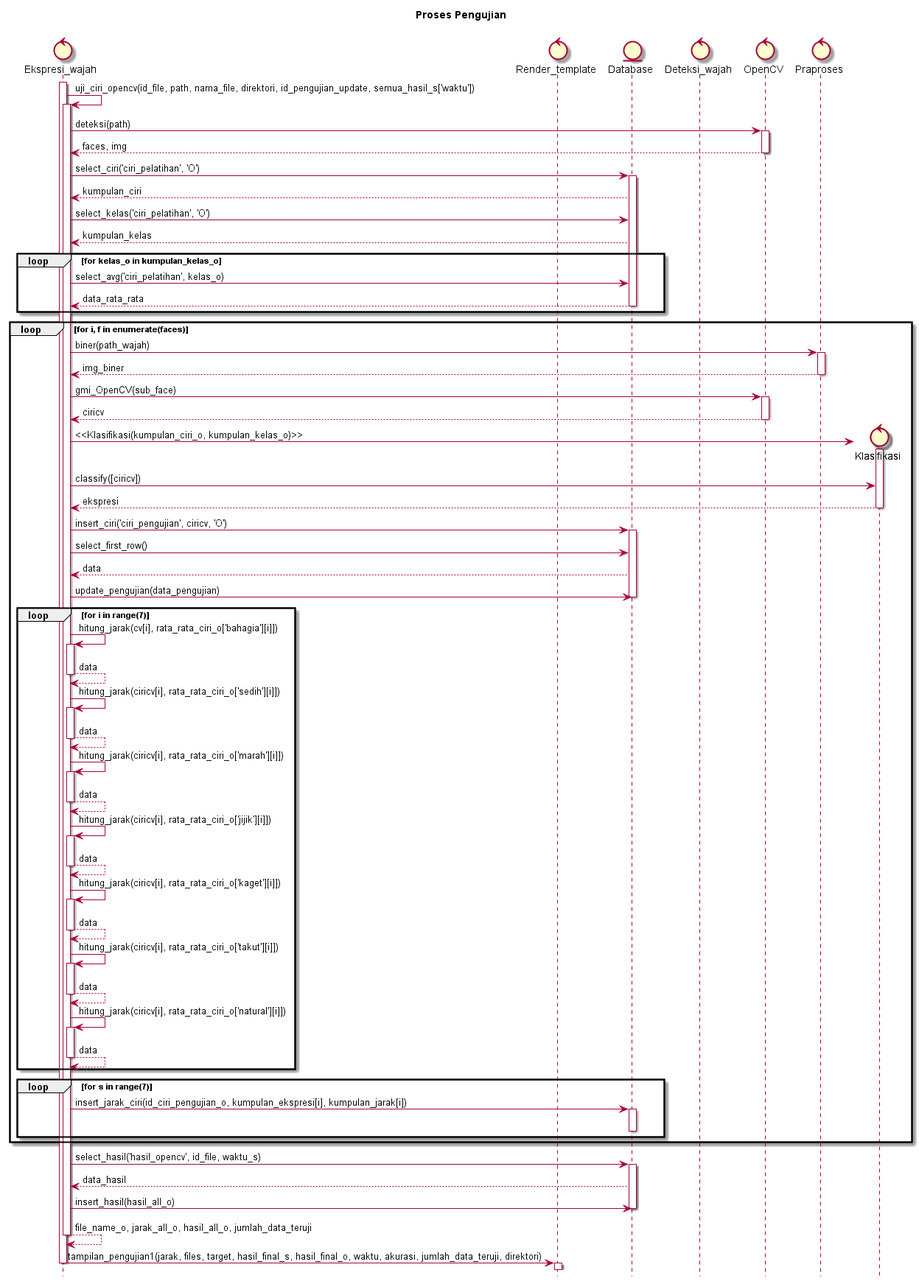
This is diagram/SD_pengujian2 V2.png from ayulestari10/gmisvm, a PlantUML export, as it was before one commit.
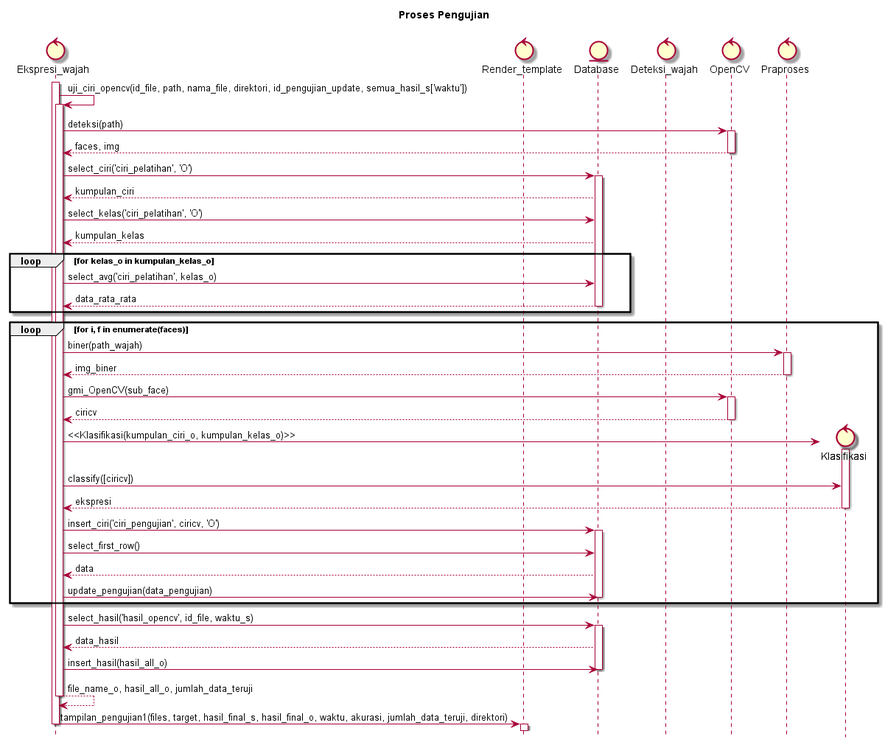
After the commit.

What changed in the source:
```diff
@@ -58,45 +58,6 @@
 		Database --> Ekspresi_wajah : data
 		Ekspresi_wajah -> Database : update_pengujian(data_pengujian)
 		deactivate Database
-
-
-		loop for i in range(7)
-			Ekspresi_wajah -> Ekspresi_wajah : hitung_jarak(cv[i], rata_rata_ciri_o['bahagia'][i]])
-			activate Ekspresi_wajah
-			Ekspresi_wajah --> Ekspresi_wajah : data
-			deactivate Ekspresi_wajah
-			Ekspresi_wajah -> Ekspresi_wajah : hitung_jarak(ciricv[i], rata_rata_ciri_o['sedih'][i]])
-			activate Ekspresi_wajah
-			Ekspresi_wajah --> Ekspresi_wajah : data
-			deactivate Ekspresi_wajah
-			Ekspresi_wajah -> Ekspresi_wajah : hitung_jarak(ciricv[i], rata_rata_ciri_o['marah'][i]])
-			activate Ekspresi_wajah
-			Ekspresi_wajah --> Ekspresi_wajah : data
-			deactivate Ekspresi_wajah
-			Ekspresi_wajah -> Ekspresi_wajah : hitung_jarak(ciricv[i], rata_rata_ciri_o['jijik'][i]])
-			activate Ekspresi_wajah
-			Ekspresi_wajah --> Ekspresi_wajah : data
-			deactivate Ekspresi_wajah
-			Ekspresi_wajah -> Ekspresi_wajah : hitung_jarak(ciricv[i], rata_rata_ciri_o['kaget'][i]])
-			activate Ekspresi_wajah
-			Ekspresi_wajah --> Ekspresi_wajah : data
-			deactivate Ekspresi_wajah
-			Ekspresi_wajah -> Ekspresi_wajah : hitung_jarak(ciricv[i], rata_rata_ciri_o['takut'][i]])
-			activate Ekspresi_wajah
-			Ekspresi_wajah --> Ekspresi_wajah : data
-			deactivate Ekspresi_wajah
-			Ekspresi_wajah -> Ekspresi_wajah : hitung_jarak(ciricv[i], rata_rata_ciri_o['natural'][i]])
-			activate Ekspresi_wajah
-			Ekspresi_wajah --> Ekspresi_wajah : data
-			deactivate Ekspresi_wajah
-		end
-
-		loop for s in range(7)
-			Ekspresi_wajah -> Database : insert_jarak_ciri(id_ciri_pengujian_o, kumpulan_ekspresi[i], kumpulan_jarak[i])
-			activate Database
-			deactivate Database
-		end
-
 	end
 
 
@@ -107,11 +68,11 @@
 	Ekspresi_wajah -> Database : insert_hasil(hasil_all_o)
 	deactivate Database
 
-	Ekspresi_wajah --> Ekspresi_wajah : file_name_o, jarak_all_o, hasil_all_o, jumlah_data_teruji
+	Ekspresi_wajah --> Ekspresi_wajah : file_name_o, hasil_all_o, jumlah_data_teruji
 	deactivate Ekspresi_wajah
 
 
-	Ekspresi_wajah -> Render_template : tampilan_pengujian1(jarak, files, target, hasil_final_s, hasil_final_o, waktu, akurasi, jumlah_data_teruji, direktori)
+	Ekspresi_wajah -> Render_template : tampilan_pengujian1(files, target, hasil_final_s, hasil_final_o, waktu, akurasi, jumlah_data_teruji, direktori)
 
 	deactivate Ekspresi_wajah
 
```
